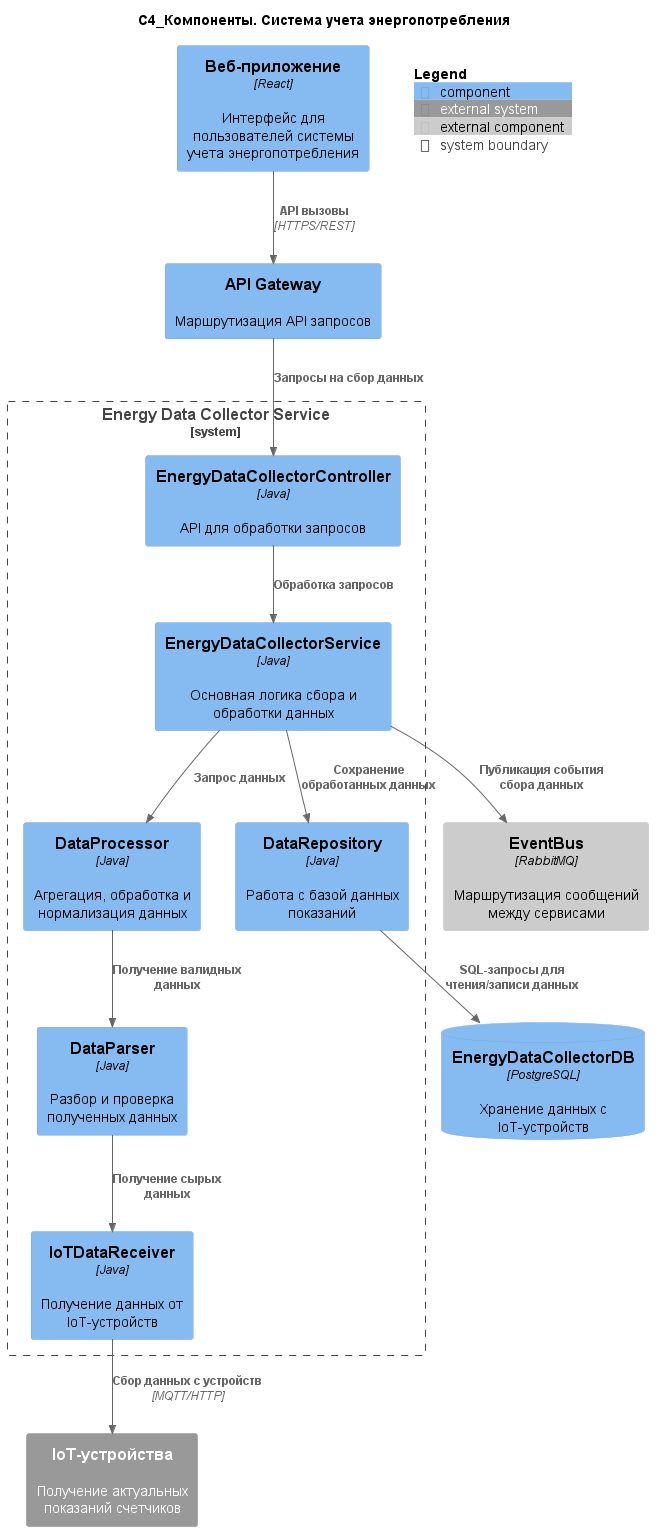
The PlantUML diagram out/2. Технический проект/component/Диаграмма компонентов.png in I1yaMatveev/SoftwareDevelopmentTechnology, before a commit.
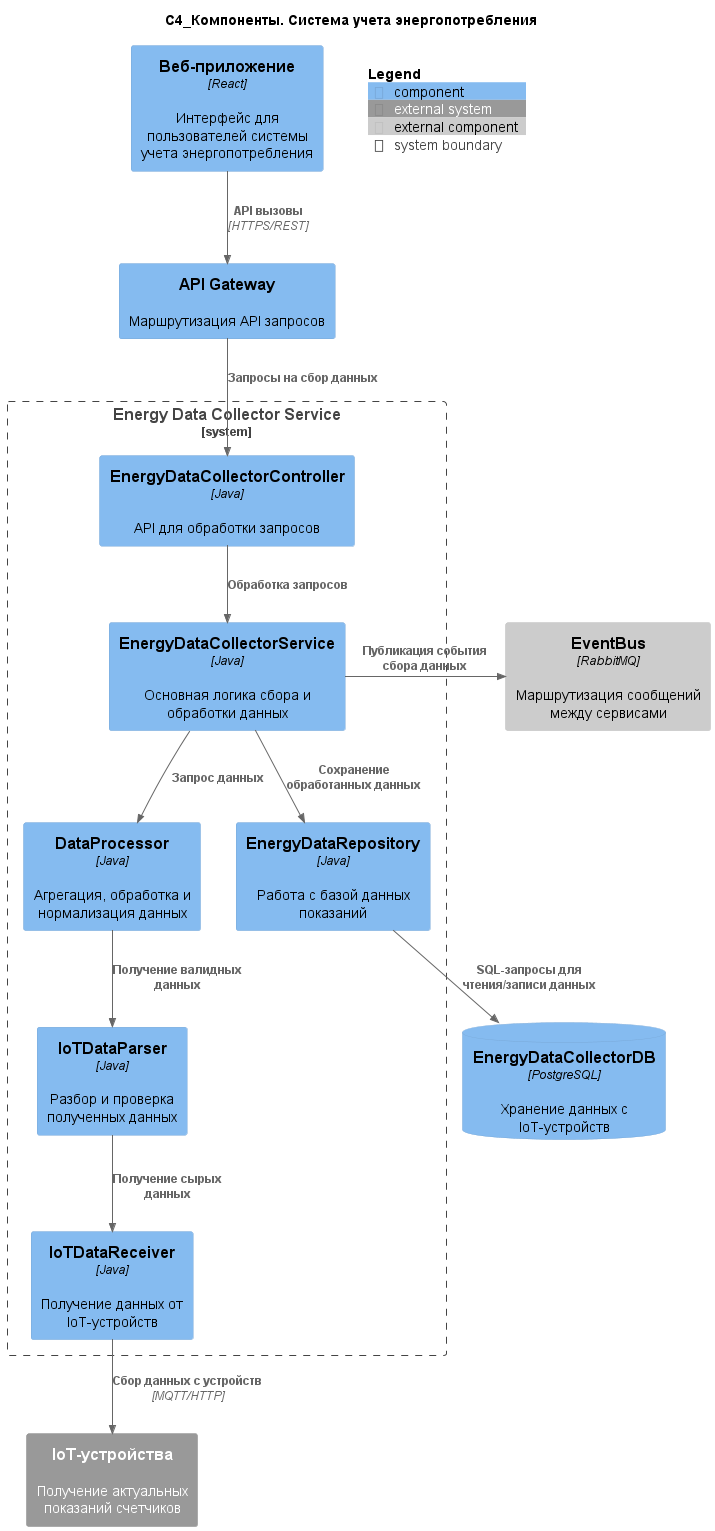
The same file after the commit.

Commit message:
Отредактировал диаграммы

Change to the diagram source:
```diff
@@ -12,9 +12,9 @@
     Component(energyDataCollectorController, "EnergyDataCollectorController", "Java", "API для обработки запросов")
     Component(energyDataCollectorProcessor, "EnergyDataCollectorService", "Java", "Основная логика сбора и обработки данных")
     Component(IoTDataReceiver, "IoTDataReceiver", "Java", "Получение данных от IoT-устройств")
-    Component(DataParser, "DataParser", "Java", "Разбор и проверка полученных данных")
+    Component(DataParser, "IoTDataParser", "Java", "Разбор и проверка полученных данных")
     Component(DataProcessor, "DataProcessor", "Java", "Агрегация, обработка и нормализация данных")
-    Component(DataRepository, "DataRepository", "Java", "Работа с базой данных показаний")
+    Component(DataRepository, "EnergyDataRepository", "Java", "Работа с базой данных показаний")
 }
 
 ComponentDb(EnergyDataCollectorDB, "EnergyDataCollectorDB", "PostgreSQL", "Хранение данных с IoT-устройств")
@@ -31,7 +31,7 @@
 Rel(DataProcessor, DataParser, "Получение валидных данных")
 Rel(DataRepository, EnergyDataCollectorDB, "SQL-запросы для чтения/записи данных")
 
-Rel(energyDataCollectorProcessor, messageBroker, "Публикация события сбора данных")
+Rel_R(energyDataCollectorProcessor, messageBroker, "Публикация события сбора данных")
 
 SHOW_FLOATING_LEGEND()
 
```
